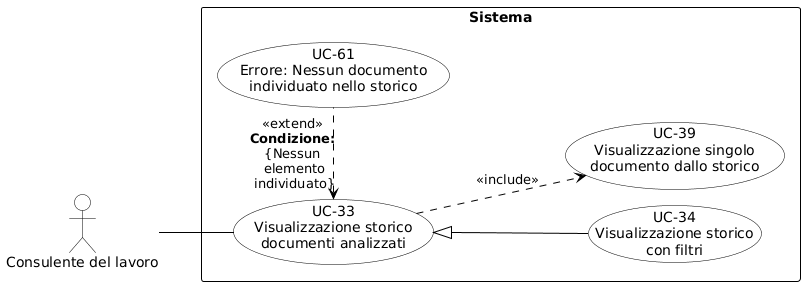
Before: RTB/Analisi dei Requisiti/diagrammi_use_case/UC-33.png, a diagram exported from PlantUML (aLittleByte-19/Documentazione).
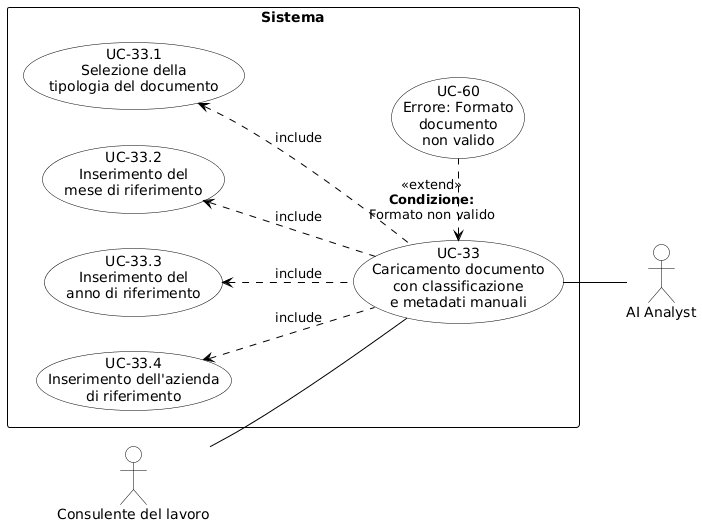
Later version of the same file.

Change to the diagram source:
```diff
@@ -2,8 +2,6 @@
 skinparam shadowing false
 skinparam defaultFontName Arial
 left to right direction
-skinparam nodesep 15
-skinparam ranksep 50
 
 skinparam usecase {
     BackgroundColor white
@@ -19,21 +17,28 @@
     FontStyle bold
 }
 
-actor "Consulente del lavoro" as CL
+actor "Consulente del lavoro" as cdl
 
 rectangle "Sistema" {
-    usecase "UC-33\nVisualizzazione storico\ndocumenti analizzati" as UC33
-    usecase "UC-34\nVisualizzazione storico\ncon filtri" as UC34
-    usecase "UC-39\nVisualizzazione singolo\ndocumento dallo storico" as UC39
-    usecase "UC-61\nErrore: Nessun documento\nindividuato nello storico" as UC61
+    usecase "UC-33\nCaricamento documento\ncon classificazione\ne metadati manuali" as UC33
 
-    UC33 ..> UC39 : <<include>>
+    usecase "UC-33.4\nInserimento dell'azienda\ndi riferimento" as UC33_4
+    usecase "UC-33.3\nInserimento del\nanno di riferimento" as UC33_3
+    usecase "UC-33.2\nInserimento del\nmese di riferimento" as UC33_2
+    usecase "UC-33.1\nSelezione della\ntipologia del documento" as UC33_1
 
-    UC34 -up-|> UC33
+    usecase "UC-60\nErrore: Formato\ndocumento\nnon valido" as UC60
 
-    UC33 <.right. UC61 : <<extend>>\n**Condizione:**\n{Nessun\n elemento\n individuato}
+    UC33 .up.> UC33_4 : «include»
+    UC33 .up.> UC33_3 : «include»
+    UC33 .up.> UC33_2 : «include»
+    UC33 .up.> UC33_1 : «include»
 
+    UC60 .left.> UC33 : «extend»\n<b>Condizione:</b>\nFormato non valido
 }
 
-CL -- UC33
-@endluml
+actor "AI Analyst" as ai_analyst
+
+cdl -- UC33
+UC33 -- ai_analyst
+@enduml
```
